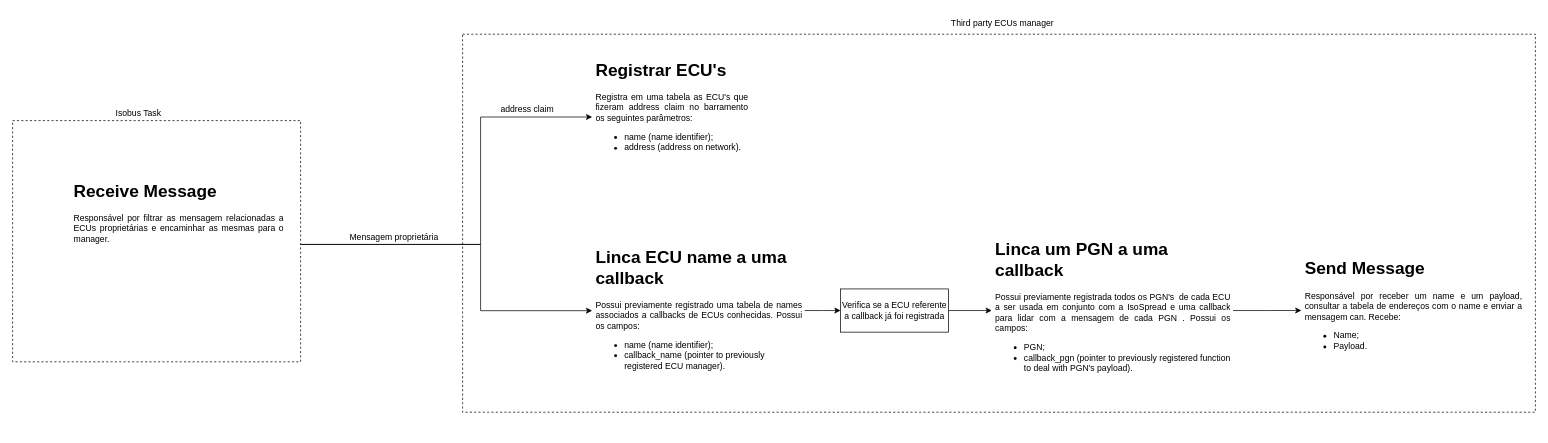
The draw.io diagram Manager_1939.drawio in eduardochiarello/DrawIO_saves, before the edit. Source tidied: cells renumbered, new cells numbered last; positions are measured from the earlier drawing's top-left corner, leaving out a move shared by most shapes. Both pictures are drawn from the tidied source at 72%, with x=0, y=0 at pixel (12, 12).
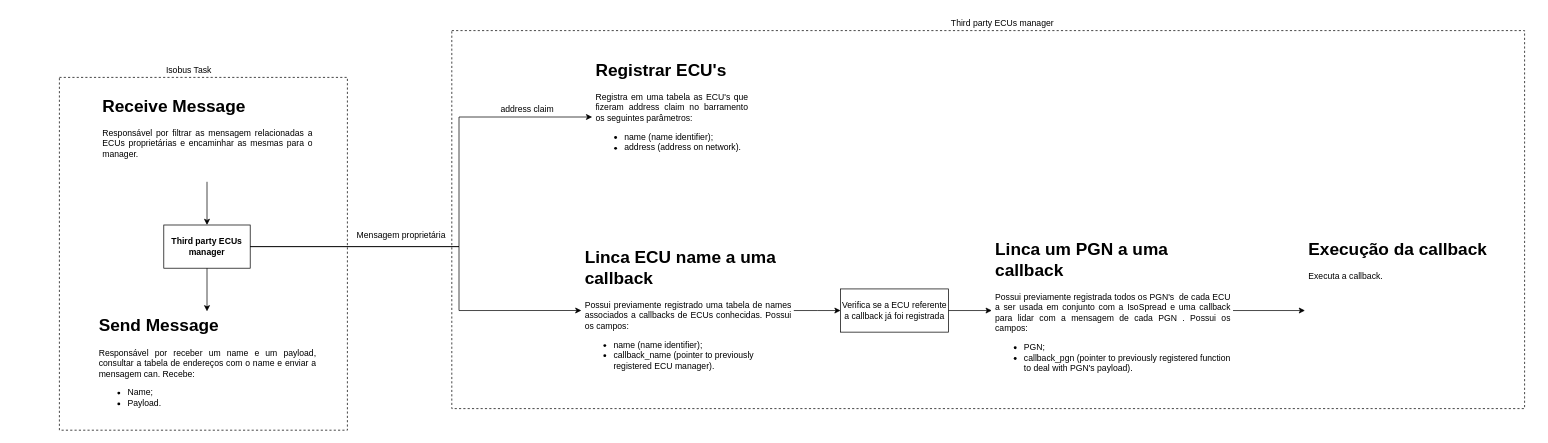
The same diagram, later.

The change refers to these unchanged cells:
```xml
<mxCell id="2" value="&lt;h1&gt;Registrar ECU's&lt;br&gt;&lt;/h1&gt;&lt;p align=&quot;justify&quot;&gt;Registra em uma tabela as ECU's que fizeram address claim no barramento os seguintes parâmetros:&lt;/p&gt;&lt;ul&gt;&lt;li&gt;name (name identifier);&lt;br&gt;&lt;/li&gt;&lt;li&gt;address (address on network).&lt;br&gt;&lt;/li&gt;&lt;/ul&gt;" style="text;html=1;spacing=5;spacingTop=-20;whiteSpace=wrap;overflow=hidden;rounded=0;" parent="1" vertex="1">
  <mxGeometry x="805" y="60" width="220" height="170" as="geometry" />
</mxCell>
<mxCell id="6" value="&lt;h1&gt;Linca um PGN a uma callback &lt;br&gt;&lt;/h1&gt;&lt;p align=&quot;justify&quot;&gt;Possui previamente registrada todos os PGN's&amp;nbsp; de cada ECU a ser usada em conjunto com a IsoSpread e uma callback para lidar com a mensagem de cada PGN . Possui os campos:&lt;br&gt;&lt;/p&gt;&lt;ul&gt;&lt;li&gt;PGN;&lt;br&gt;&lt;/li&gt;&lt;li&gt;callback_pgn (pointer to&amp;nbsp;&lt;span class=&quot;corrected-phrase ng-star-inserted&quot;&gt;&lt;/span&gt;&lt;span class=&quot;corrected-phrase__displayed-text corrected-phrase__displayed-text_no-correction ng-star-inserted&quot;&gt;&lt;/span&gt;previously registered function to deal with PGN's payload).&lt;/li&gt;&lt;/ul&gt;" style="text;html=1;spacing=5;spacingTop=-20;whiteSpace=wrap;overflow=hidden;rounded=0;" parent="1" vertex="1">
  <mxGeometry x="1360" y="308.8" width="335" height="210" as="geometry" />
</mxCell>
```

The edit, as a diff of the source:
```diff
@@
     <mxCell id="4" value="&lt;h1&gt;Linca ECU name a uma callback&lt;br&gt;&lt;/h1&gt;&lt;p align=&quot;justify&quot;&gt;Possui previamente registrado uma tabela de names associados a callbacks de ECUs conhecidas. Possui os campos:&lt;br&gt;&lt;/p&gt;&lt;ul&gt;&lt;li&gt;name (name identifier);&lt;br&gt;&lt;/li&gt;&lt;li&gt;callback_name (pointer to previously&lt;span class=&quot;corrected-phrase ng-star-inserted&quot;&gt;&lt;/span&gt;&lt;span class=&quot;corrected-phrase__displayed-text corrected-phrase__displayed-text_no-correction ng-star-inserted&quot;&gt;&lt;/span&gt; registered ECU manager).&lt;/li&gt;&lt;/ul&gt;" style="text;html=1;spacing=5;spacingTop=-20;whiteSpace=wrap;overflow=hidden;rounded=0;" parent="1" vertex="1">
-      <mxGeometry x="805" y="320" width="295" height="187.5" as="geometry" />
+      <mxGeometry x="790" y="320" width="295" height="187.5" as="geometry" />
     </mxCell>
-    <mxCell id="5" style="edgeStyle=orthogonalEdgeStyle;rounded=0;jettySize=auto;html=1;" parent="1" edge="1" source="6" target="7">
-      <mxGeometry relative="1" as="geometry" />
-    </mxCell>
+    <mxCell id="19" style="edgeStyle=orthogonalEdgeStyle;rounded=0;jettySize=auto;html=1;" parent="1" edge="1" source="6" target="21">
+      <mxGeometry relative="1" as="geometry" />
+    </mxCell>
@@
     <mxCell id="7" value="&lt;h1&gt;Send Message&lt;br&gt;&lt;/h1&gt;&lt;p align=&quot;justify&quot;&gt;Responsável por receber um name e um payload, consultar a tabela de endereços com o name e enviar a mensagem can. Recebe:&lt;/p&gt;&lt;ul&gt;&lt;li align=&quot;justify&quot;&gt;Name;&lt;/li&gt;&lt;li align=&quot;justify&quot;&gt;Payload.&lt;br&gt;&lt;/li&gt;&lt;/ul&gt;&lt;p align=&quot;justify&quot;&gt;&lt;br&gt;&lt;/p&gt;" style="text;html=1;spacing=5;spacingTop=-20;whiteSpace=wrap;overflow=hidden;rounded=0;" parent="1" vertex="1">
-      <mxGeometry x="1790" y="336.2" width="310" height="155" as="geometry" />
+      <mxGeometry x="115" y="415" width="310" height="155" as="geometry" />
     </mxCell>
+    <mxCell id="20" style="edgeStyle=orthogonalEdgeStyle;rounded=0;jettySize=auto;html=1;" parent="1" edge="1" source="8" target="25">
+      <mxGeometry relative="1" as="geometry" />
+    </mxCell>
     <mxCell id="8" value="&lt;h1&gt;Receive Message&lt;br&gt;&lt;/h1&gt;&lt;p align=&quot;justify&quot;&gt;Responsável por filtrar as mensagem relacionadas a ECUs proprietárias e encaminhar as mesmas para o manager.&lt;/p&gt;" style="text;html=1;spacing=5;spacingTop=-20;whiteSpace=wrap;overflow=hidden;rounded=0;" parent="1" vertex="1">
-      <mxGeometry x="80" y="227.5" width="300" height="170" as="geometry" />
+      <mxGeometry x="120" y="110" width="300" height="125" as="geometry" />
     </mxCell>
-    <mxCell id="9" style="edgeStyle=orthogonalEdgeStyle;rounded=0;jettySize=auto;html=1;" parent="1" edge="1" source="11" target="4">
-      <mxGeometry relative="1" as="geometry">
-        <Array as="points">
-          <mxPoint x="650" y="322" />
-          <mxPoint x="650" y="414" />
-        </Array>
-      </mxGeometry>
-    </mxCell>
-    <mxCell id="10" style="edgeStyle=orthogonalEdgeStyle;rounded=0;jettySize=auto;html=1;entryX=0;entryY=0.5;entryDx=0;entryDy=0;" parent="1" edge="1" source="11" target="2">
-      <mxGeometry relative="1" as="geometry">
-        <Array as="points">
-          <mxPoint x="650" y="322" />
-          <mxPoint x="650" y="145" />
-        </Array>
-      </mxGeometry>
-    </mxCell>
     <mxCell id="11" style="rounded=0;whiteSpace=wrap;html=1;dashed=1;fillColor=none;" parent="1" vertex="1">
-      <mxGeometry y="150" width="400" height="335" as="geometry" />
+      <mxGeometry x="65" y="90" width="400" height="490" as="geometry" />
     </mxCell>
     <mxCell id="12" style="rounded=0;whiteSpace=wrap;html=1;dashed=1;fillColor=none;" parent="1" vertex="1">
-      <mxGeometry x="625" y="30" width="1490" height="525" as="geometry" />
+      <mxGeometry x="610" y="25" width="1490" height="525" as="geometry" />
     </mxCell>
     <mxCell id="13" value="Isobus Task" style="text;html=1;align=center;verticalAlign=middle;whiteSpace=wrap;rounded=0;" parent="1" vertex="1">
-      <mxGeometry x="130" y="125" width="90" height="30" as="geometry" />
+      <mxGeometry x="200" y="65" width="90" height="30" as="geometry" />
     </mxCell>
@@
     <mxCell id="16" value="Mensagem proprietária" style="text;html=1;align=center;verticalAlign=middle;whiteSpace=wrap;rounded=0;" parent="1" vertex="1">
-      <mxGeometry x="460" y="297.5" width="140" height="30" as="geometry" />
+      <mxGeometry x="470" y="295" width="140" height="30" as="geometry" />
     </mxCell>
@@
+    <mxCell id="21" value="&lt;h1&gt;Execução da callback&lt;br&gt;&lt;/h1&gt;&lt;p align=&quot;justify&quot;&gt;Executa a callback.&lt;br&gt;&lt;/p&gt;" style="text;html=1;spacing=5;spacingTop=-20;whiteSpace=wrap;overflow=hidden;rounded=0;" parent="1" vertex="1">
+      <mxGeometry x="1795" y="308.8" width="285" height="210" as="geometry" />
+    </mxCell>
+    <mxCell id="22" style="edgeStyle=orthogonalEdgeStyle;rounded=0;jettySize=auto;html=1;" parent="1" edge="1" source="25" target="7">
+      <mxGeometry relative="1" as="geometry" />
+    </mxCell>
+    <mxCell id="23" style="edgeStyle=orthogonalEdgeStyle;rounded=0;jettySize=auto;html=1;entryX=0;entryY=0.5;entryDx=0;entryDy=0;" parent="1" edge="1" source="25" target="2">
+      <mxGeometry relative="1" as="geometry">
+        <Array as="points">
+          <mxPoint x="620" y="325" />
+          <mxPoint x="620" y="145" />
+        </Array>
+      </mxGeometry>
+    </mxCell>
+    <mxCell id="24" style="edgeStyle=orthogonalEdgeStyle;rounded=0;jettySize=auto;html=1;entryX=0;entryY=0.5;entryDx=0;entryDy=0;" parent="1" edge="1" source="25" target="4">
+      <mxGeometry relative="1" as="geometry">
+        <Array as="points">
+          <mxPoint x="620" y="325" />
+          <mxPoint x="620" y="414" />
+        </Array>
+      </mxGeometry>
+    </mxCell>
+    <mxCell id="25" value="&lt;b&gt;Third party ECUs manager&lt;/b&gt;" style="rounded=0;whiteSpace=wrap;html=1;fillColor=none;" parent="1" vertex="1">
+      <mxGeometry x="210" y="295" width="120" height="60" as="geometry" />
+    </mxCell>
```
